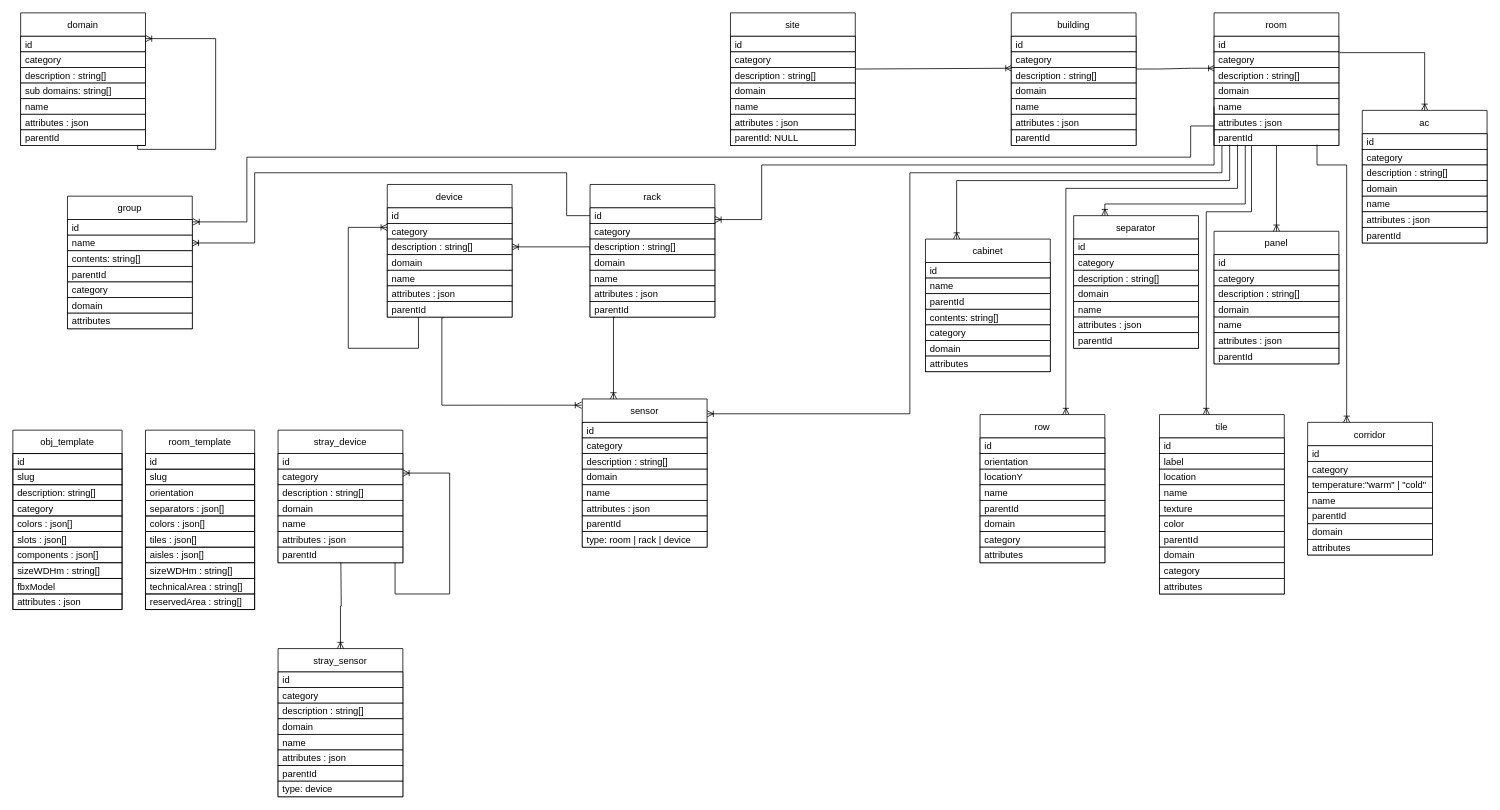
This is resources/diagrams/DB.drawio from ditrit/OGrEE-Core, a draw.io file, before an edit. Source tidied: cells renumbered, new cells numbered last; positions are measured from the earlier drawing's top-left corner, leaving out a move shared by most shapes. Both pictures are drawn from the tidied source at 78%, with x=0, y=0 at pixel (12, 12).
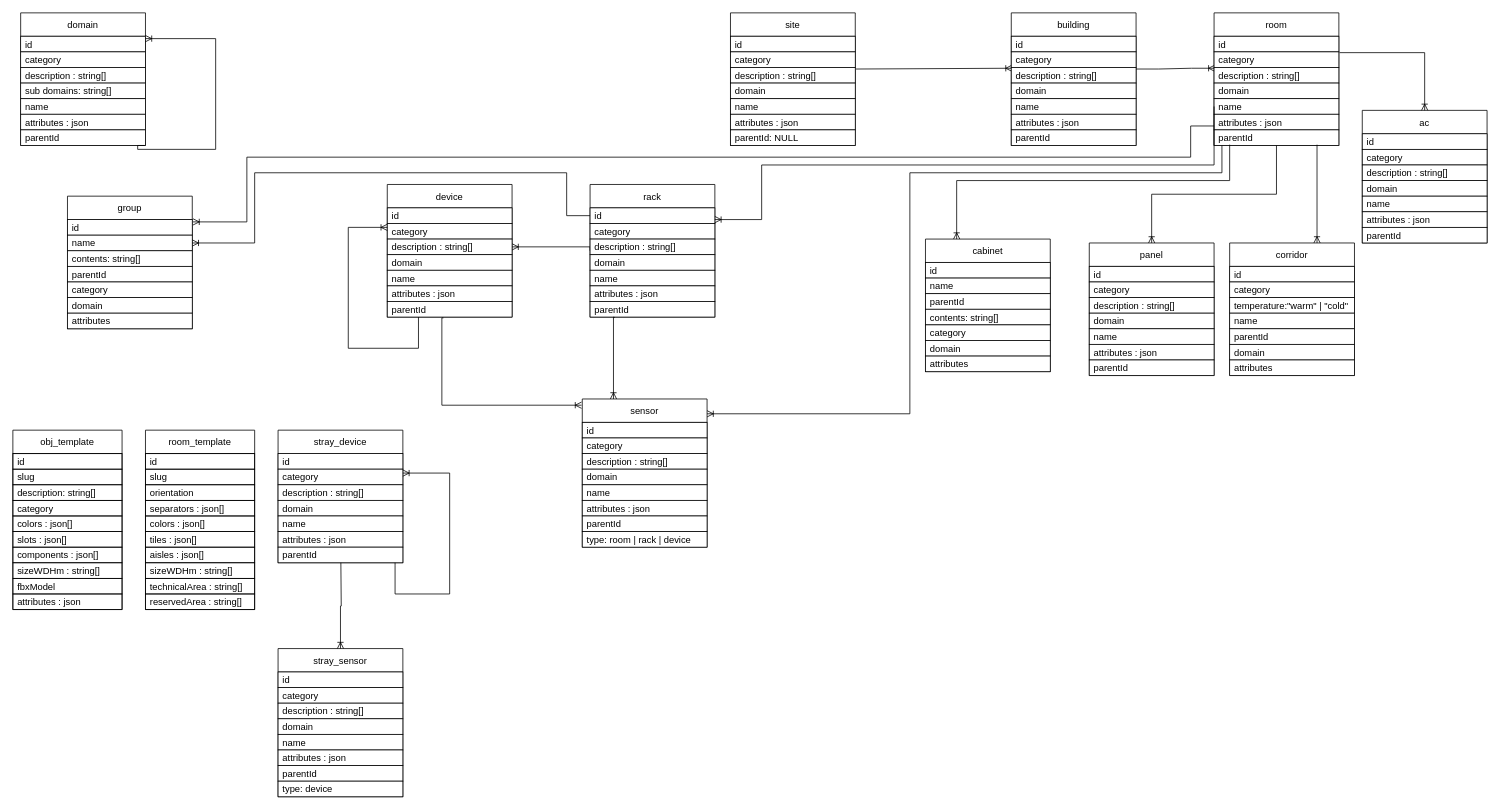
Above is the later version.

Commit message (it also covers changes not shown here):
Removed Tiles,Rows, and Separators from Diagrams

The change refers to these unchanged cells:
```xml
<mxCell id="40" value="room" style="swimlane;fontStyle=0;horizontal=1;startSize=30;fillColor=default;strokeColor=default;fontColor=default;" parent="1" vertex="1">
  <mxGeometry x="1540" width="160" height="170" as="geometry" />
</mxCell>
<mxCell id="50" value="parentId" style="text;strokeColor=default;fillColor=default;align=left;verticalAlign=middle;spacingLeft=4;spacingRight=4;overflow=hidden;points=[[0,0.5],[1,0.5]];portConstraint=eastwest;fontColor=default;" parent="40" vertex="1">
  <mxGeometry y="150" width="160" height="20" as="geometry" />
</mxCell>
```

What changed in the source:
```diff
@@
-    <mxCell id="101" value="separator" style="swimlane;fontStyle=0;horizontal=1;startSize=30;fillColor=default;strokeColor=default;fontColor=default;" parent="1" vertex="1">
-      <mxGeometry x="1360" y="260" width="160" height="170" as="geometry" />
-    </mxCell>
-    <mxCell id="102" value="id" style="text;strokeColor=default;fillColor=default;align=left;verticalAlign=middle;spacingLeft=4;spacingRight=4;overflow=hidden;fontColor=default;" parent="101" vertex="1">
-      <mxGeometry y="30" width="160" height="20" as="geometry" />
-    </mxCell>
-    <mxCell id="103" value="category" style="text;strokeColor=default;fillColor=default;align=left;verticalAlign=middle;spacingLeft=4;spacingRight=4;overflow=hidden;fontColor=default;" parent="101" vertex="1">
-      <mxGeometry y="50" width="160" height="20" as="geometry" />
-    </mxCell>
-    <mxCell id="104" value="description : string[]" style="text;strokeColor=default;fillColor=default;align=left;verticalAlign=middle;spacingLeft=4;spacingRight=4;overflow=hidden;fontColor=default;" parent="101" vertex="1">
-      <mxGeometry y="70" width="160" height="20" as="geometry" />
-    </mxCell>
-    <mxCell id="105" value="domain" style="text;strokeColor=default;fillColor=default;align=left;verticalAlign=middle;spacingLeft=4;spacingRight=4;overflow=hidden;fontColor=default;" parent="101" vertex="1">
-      <mxGeometry y="90" width="160" height="20" as="geometry" />
-    </mxCell>
-    <mxCell id="106" value="name" style="text;strokeColor=default;fillColor=default;align=left;verticalAlign=middle;spacingLeft=4;spacingRight=4;overflow=hidden;fontColor=default;" parent="101" vertex="1">
-      <mxGeometry y="110" width="160" height="20" as="geometry" />
-    </mxCell>
-    <mxCell id="107" value="attributes : json" style="text;strokeColor=default;fillColor=default;align=left;verticalAlign=middle;spacingLeft=4;spacingRight=4;overflow=hidden;fontColor=default;" parent="101" vertex="1">
-      <mxGeometry y="130" width="160" height="20" as="geometry" />
-    </mxCell>
-    <mxCell id="108" style="text;strokeColor=default;fillColor=default;align=left;verticalAlign=middle;spacingLeft=4;spacingRight=4;overflow=hidden;fontColor=default;" parent="101" vertex="1">
-      <mxGeometry y="150" width="160" as="geometry" />
-    </mxCell>
-    <mxCell id="109" value="parentId" style="text;strokeColor=default;fillColor=default;align=left;verticalAlign=middle;spacingLeft=4;spacingRight=4;overflow=hidden;fontColor=default;" parent="101" vertex="1">
-      <mxGeometry y="150" width="160" height="20" as="geometry" />
-    </mxCell>
     <mxCell id="110" value="corridor" style="swimlane;fontStyle=0;horizontal=1;startSize=30;fillColor=default;strokeColor=default;fontColor=default;" parent="1" vertex="1">
-      <mxGeometry x="1660" y="525" width="160" height="170" as="geometry" />
+      <mxGeometry x="1560" y="295" width="160" height="170" as="geometry" />
     </mxCell>
@@
-    <mxCell id="130" value="row" style="swimlane;fontStyle=0;horizontal=1;startSize=30;fillColor=default;strokeColor=default;fontColor=default;" parent="1" vertex="1">
-      <mxGeometry x="1240" y="515" width="160" height="190" as="geometry" />
-    </mxCell>
-    <mxCell id="131" value="id" style="text;strokeColor=default;fillColor=default;align=left;verticalAlign=middle;spacingLeft=4;spacingRight=4;overflow=hidden;fontColor=default;" parent="130" vertex="1">
-      <mxGeometry y="30" width="160" height="20" as="geometry" />
-    </mxCell>
-    <mxCell id="132" value="orientation" style="text;strokeColor=default;fillColor=default;align=left;verticalAlign=middle;spacingLeft=4;spacingRight=4;overflow=hidden;fontColor=default;" parent="130" vertex="1">
-      <mxGeometry y="50" width="160" height="20" as="geometry" />
-    </mxCell>
-    <mxCell id="133" value="locationY" style="text;strokeColor=default;fillColor=default;align=left;verticalAlign=middle;spacingLeft=4;spacingRight=4;overflow=hidden;fontColor=default;" parent="130" vertex="1">
-      <mxGeometry y="70" width="160" height="20" as="geometry" />
-    </mxCell>
-    <mxCell id="134" value="name" style="text;strokeColor=default;fillColor=default;align=left;verticalAlign=middle;spacingLeft=4;spacingRight=4;overflow=hidden;fontColor=default;" parent="130" vertex="1">
-      <mxGeometry y="90" width="160" height="20" as="geometry" />
-    </mxCell>
-    <mxCell id="135" value="parentId" style="text;strokeColor=default;fillColor=default;align=left;verticalAlign=middle;spacingLeft=4;spacingRight=4;overflow=hidden;fontColor=default;" parent="130" vertex="1">
-      <mxGeometry y="110" width="160" height="20" as="geometry" />
-    </mxCell>
-    <mxCell id="136" style="text;strokeColor=default;fillColor=default;align=left;verticalAlign=middle;spacingLeft=4;spacingRight=4;overflow=hidden;fontColor=default;" parent="130" vertex="1">
-      <mxGeometry y="130" width="160" as="geometry" />
-    </mxCell>
-    <mxCell id="137" style="text;strokeColor=default;fillColor=default;align=left;verticalAlign=middle;spacingLeft=4;spacingRight=4;overflow=hidden;fontColor=default;" parent="130" vertex="1">
-      <mxGeometry y="130" width="160" as="geometry" />
-    </mxCell>
-    <mxCell id="138" value="domain" style="text;strokeColor=default;fillColor=default;align=left;verticalAlign=middle;spacingLeft=4;spacingRight=4;overflow=hidden;fontColor=default;" parent="130" vertex="1">
-      <mxGeometry y="130" width="160" height="20" as="geometry" />
-    </mxCell>
-    <mxCell id="139" value="category" style="text;strokeColor=default;fillColor=default;align=left;verticalAlign=middle;spacingLeft=4;spacingRight=4;overflow=hidden;fontColor=default;" parent="130" vertex="1">
-      <mxGeometry y="150" width="160" height="20" as="geometry" />
-    </mxCell>
-    <mxCell id="140" value="attributes" style="text;strokeColor=default;fillColor=default;align=left;verticalAlign=middle;spacingLeft=4;spacingRight=4;overflow=hidden;fontColor=default;" parent="130" vertex="1">
-      <mxGeometry y="170" width="160" height="20" as="geometry" />
-    </mxCell>
@@
-    <mxCell id="151" value="tile" style="swimlane;fontStyle=0;horizontal=1;startSize=30;fillColor=default;strokeColor=default;fontColor=default;" parent="1" vertex="1">
-      <mxGeometry x="1470" y="515" width="160" height="230" as="geometry" />
-    </mxCell>
-    <mxCell id="152" value="id" style="text;strokeColor=default;fillColor=default;align=left;verticalAlign=middle;spacingLeft=4;spacingRight=4;overflow=hidden;fontColor=default;" parent="151" vertex="1">
-      <mxGeometry y="30" width="160" height="20" as="geometry" />
-    </mxCell>
-    <mxCell id="153" value="label" style="text;strokeColor=default;fillColor=default;align=left;verticalAlign=middle;spacingLeft=4;spacingRight=4;overflow=hidden;fontColor=default;" parent="151" vertex="1">
-      <mxGeometry y="50" width="160" height="20" as="geometry" />
-    </mxCell>
-    <mxCell id="154" value="location" style="text;strokeColor=default;fillColor=default;align=left;verticalAlign=middle;spacingLeft=4;spacingRight=4;overflow=hidden;fontColor=default;" parent="151" vertex="1">
-      <mxGeometry y="70" width="160" height="20" as="geometry" />
-    </mxCell>
-    <mxCell id="155" value="name" style="text;strokeColor=default;fillColor=default;align=left;verticalAlign=middle;spacingLeft=4;spacingRight=4;overflow=hidden;fontColor=default;" parent="151" vertex="1">
-      <mxGeometry y="90" width="160" height="20" as="geometry" />
-    </mxCell>
-    <mxCell id="156" style="text;strokeColor=default;fillColor=default;align=left;verticalAlign=middle;spacingLeft=4;spacingRight=4;overflow=hidden;fontColor=default;" parent="151" vertex="1">
-      <mxGeometry y="110" width="160" as="geometry" />
-    </mxCell>
-    <mxCell id="157" style="text;strokeColor=default;fillColor=default;align=left;verticalAlign=middle;spacingLeft=4;spacingRight=4;overflow=hidden;fontColor=default;" parent="151" vertex="1">
-      <mxGeometry y="110" width="160" as="geometry" />
-    </mxCell>
-    <mxCell id="158" value="texture" style="text;strokeColor=default;fillColor=default;align=left;verticalAlign=middle;spacingLeft=4;spacingRight=4;overflow=hidden;fontColor=default;" parent="151" vertex="1">
-      <mxGeometry y="110" width="160" height="20" as="geometry" />
-    </mxCell>
-    <mxCell id="159" value="color" style="text;strokeColor=default;fillColor=default;align=left;verticalAlign=middle;spacingLeft=4;spacingRight=4;overflow=hidden;fontColor=default;" parent="151" vertex="1">
-      <mxGeometry y="130" width="160" height="20" as="geometry" />
-    </mxCell>
-    <mxCell id="160" value="parentId" style="text;strokeColor=default;fillColor=default;align=left;verticalAlign=middle;spacingLeft=4;spacingRight=4;overflow=hidden;fontColor=default;" parent="151" vertex="1">
-      <mxGeometry y="150" width="160" height="20" as="geometry" />
-    </mxCell>
-    <mxCell id="161" value="domain" style="text;strokeColor=default;fillColor=default;align=left;verticalAlign=middle;spacingLeft=4;spacingRight=4;overflow=hidden;fontColor=default;" parent="151" vertex="1">
-      <mxGeometry y="170" width="160" height="20" as="geometry" />
-    </mxCell>
-    <mxCell id="162" value="category" style="text;strokeColor=default;fillColor=default;align=left;verticalAlign=middle;spacingLeft=4;spacingRight=4;overflow=hidden;fontColor=default;" parent="151" vertex="1">
-      <mxGeometry y="190" width="160" height="20" as="geometry" />
-    </mxCell>
-    <mxCell id="163" value="attributes" style="text;strokeColor=default;fillColor=default;align=left;verticalAlign=middle;spacingLeft=4;spacingRight=4;overflow=hidden;fontColor=default;" parent="151" vertex="1">
-      <mxGeometry y="210" width="160" height="20" as="geometry" />
-    </mxCell>
     <mxCell id="164" value="panel" style="swimlane;fontStyle=0;horizontal=1;startSize=30;fillColor=default;strokeColor=default;fontColor=default;" parent="1" vertex="1">
-      <mxGeometry x="1540" y="280" width="160" height="170" as="geometry" />
+      <mxGeometry x="1380" y="295" width="160" height="170" as="geometry" />
     </mxCell>
@@
-    <mxCell id="173" style="endArrow=ERoneToMany;html=1;rounded=0;labelBackgroundColor=default;fontColor=default;strokeColor=default;edgeStyle=orthogonalEdgeStyle;endFill=0;exitX=0.188;exitY=0.95;exitDx=0;exitDy=0;exitPerimeter=0;" parent="1" edge="1" source="50">
-      <mxGeometry relative="1" as="geometry">
-        <mxPoint x="1350" y="515" as="targetPoint" />
-        <Array as="points">
-          <mxPoint x="1570" y="225" />
-          <mxPoint x="1350" y="225" />
-        </Array>
-      </mxGeometry>
-    </mxCell>
@@
-    <mxCell id="176" style="endArrow=ERoneToMany;html=1;rounded=0;labelBackgroundColor=default;fontColor=default;strokeColor=default;edgeStyle=orthogonalEdgeStyle;endFill=0;exitX=0.25;exitY=1;exitDx=0;exitDy=0;entryX=0.25;entryY=0;entryDx=0;entryDy=0;" parent="1" edge="1" source="40" target="101">
-      <mxGeometry relative="1" as="geometry">
-        <Array as="points">
-          <mxPoint x="1580" y="245" />
-          <mxPoint x="1400" y="245" />
-        </Array>
-      </mxGeometry>
-    </mxCell>
-    <mxCell id="177" style="endArrow=ERoneToMany;html=1;rounded=0;labelBackgroundColor=default;fontColor=default;strokeColor=default;edgeStyle=orthogonalEdgeStyle;endFill=0;exitX=0.3;exitY=1.05;exitDx=0;exitDy=0;exitPerimeter=0;" parent="1" edge="1" source="50">
-      <mxGeometry relative="1" as="geometry">
-        <mxPoint x="1530" y="515" as="targetPoint" />
-        <Array as="points">
-          <mxPoint x="1588" y="255" />
-          <mxPoint x="1530" y="255" />
-        </Array>
-      </mxGeometry>
-    </mxCell>
     <mxCell id="178" style="endArrow=ERoneToMany;html=1;rounded=0;labelBackgroundColor=default;fontColor=default;strokeColor=default;edgeStyle=orthogonalEdgeStyle;endFill=0;exitX=0.825;exitY=0.95;exitDx=0;exitDy=0;exitPerimeter=0;" parent="1" edge="1" source="50">
       <mxGeometry relative="1" as="geometry">
-        <mxPoint x="1710" y="525" as="targetPoint" />
+        <mxPoint x="1672" y="295" as="targetPoint" />
         <Array as="points">
-          <mxPoint x="1672" y="195" />
-          <mxPoint x="1710" y="195" />
+          <mxPoint x="1672" y="295" />
         </Array>
       </mxGeometry>
     </mxCell>
```
